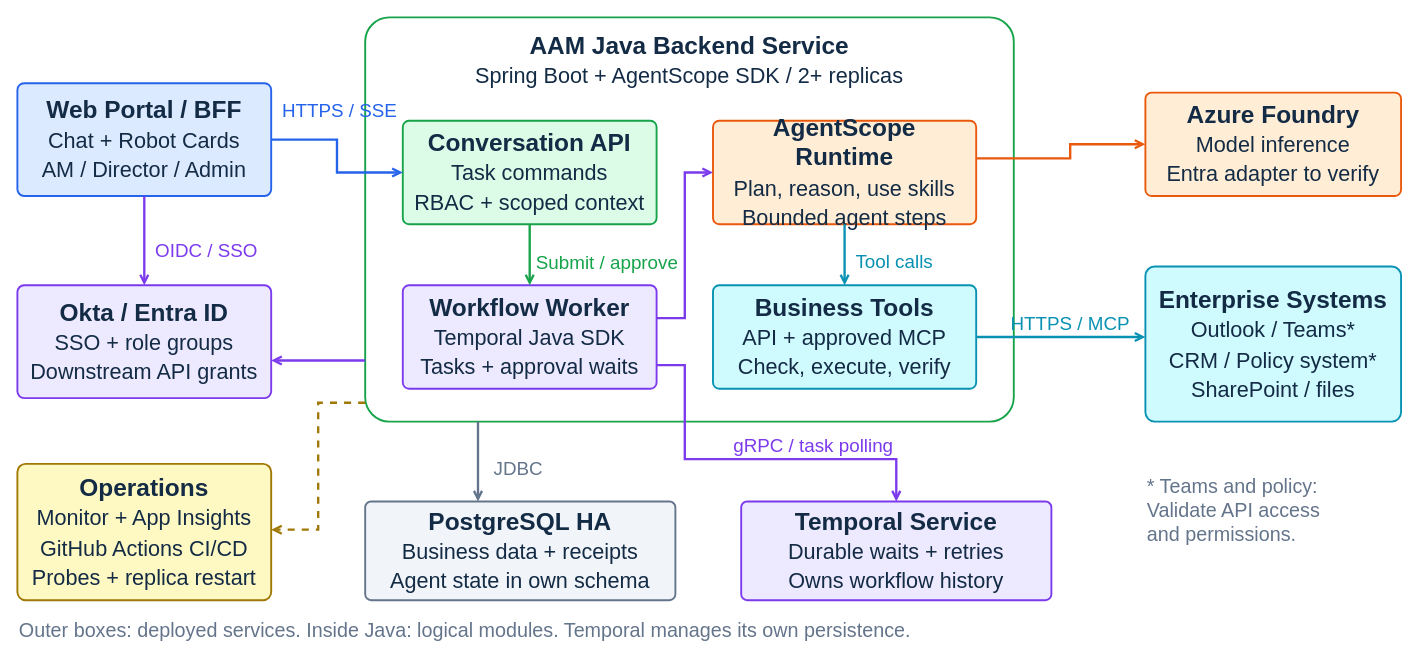
Above: docs/architecture/diagrams/aam-workbuddy-service-architecture.drawio in realAaronWu/aam (draw.io), before the change. Source tidied: cells renumbered, new cells numbered last; positions are measured from the earlier drawing's top-left corner, leaving out a move shared by most shapes. Both pictures are drawn from the tidied source at 94%, with x=0, y=0 at pixel (17, 17).
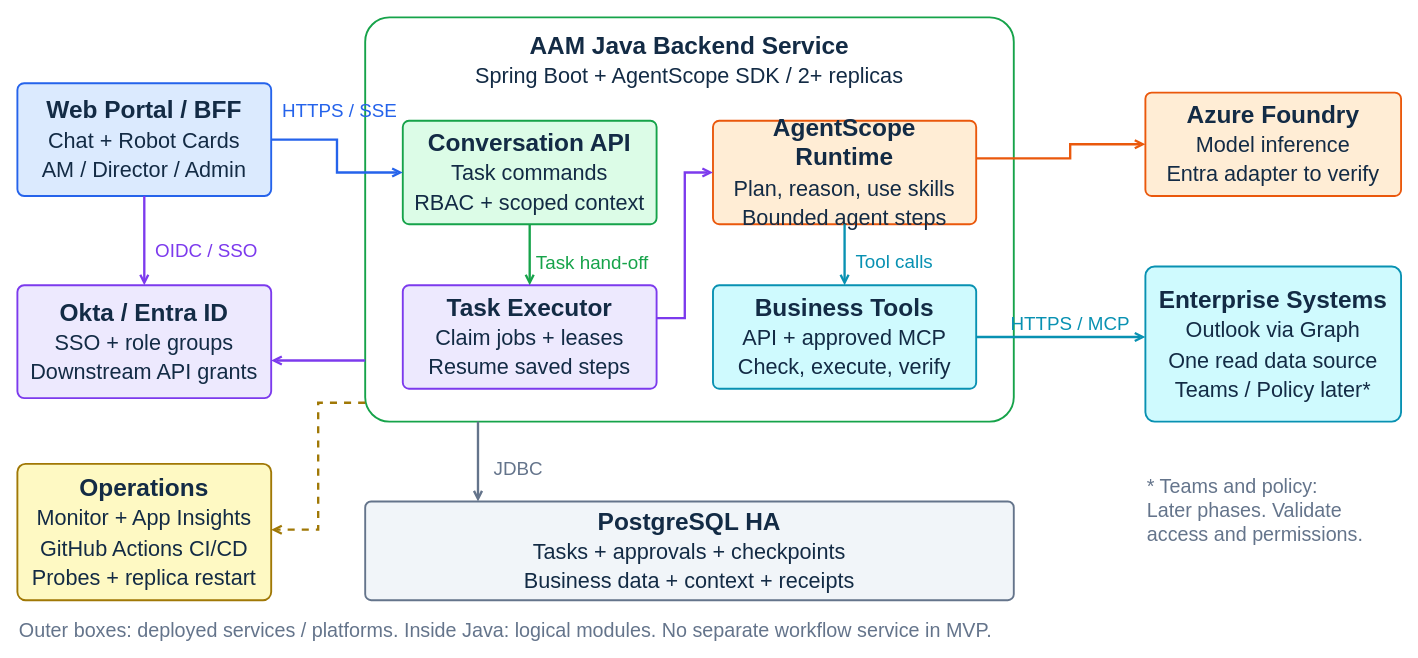
Above is the later version.

Commit message (it also covers changes not shown here):
docs: simplify Workbuddy MVP task execution without Temporal

Unchanged cells that the change refers to:
```xml
<mxCell id="2" value="&lt;b&gt;AAM Java Backend Service&lt;/b&gt;&lt;br&gt;&lt;span style=&quot;font-size:23px&quot;&gt;Spring Boot + AgentScope SDK / 2+ replicas&lt;/span&gt;" style="rounded=1;whiteSpace=wrap;html=1;arcSize=6;fillColor=#FFFFFF;strokeColor=#16A34A;strokeWidth=2;fontColor=#132B45;fontFamily=Arial;fontSize=26;align=center;verticalAlign=top;spacing=10;" parent="1" vertex="1">
  <mxGeometry x="370" width="690" height="430" as="geometry" />
</mxCell>
```

The edit, as a diff of the source:
```diff
@@
-    <mxCell id="6" value="&lt;b&gt;Workflow Worker&lt;/b&gt;&lt;br&gt;&lt;span style=&quot;font-size:23px&quot;&gt;Temporal Java SDK&lt;br&gt;Tasks + approval waits&lt;/span&gt;" style="rounded=1;whiteSpace=wrap;html=1;arcSize=6;fillColor=#EDE9FE;strokeColor=#7C3AED;strokeWidth=2;fontColor=#132B45;fontFamily=Arial;fontSize=26;align=center;verticalAlign=middle;spacing=10;" parent="1" vertex="1">
+    <mxCell id="6" value="&lt;b&gt;Task Executor&lt;/b&gt;&lt;br&gt;&lt;span style=&quot;font-size:23px&quot;&gt;Claim jobs + leases&lt;br&gt;Resume saved steps&lt;/span&gt;" style="rounded=1;whiteSpace=wrap;html=1;arcSize=6;fillColor=#EDE9FE;strokeColor=#7C3AED;strokeWidth=2;fontColor=#132B45;fontFamily=Arial;fontSize=26;align=center;verticalAlign=middle;spacing=10;" parent="1" vertex="1">
       <mxGeometry x="410" y="285" width="270" height="110" as="geometry" />
     </mxCell>
@@
-    <mxCell id="10" value="&lt;b&gt;Enterprise Systems&lt;/b&gt;&lt;br&gt;&lt;span style=&quot;font-size:23px&quot;&gt;Outlook / Teams*&lt;br&gt;CRM / Policy system*&lt;br&gt;SharePoint / files&lt;/span&gt;" style="rounded=1;whiteSpace=wrap;html=1;arcSize=6;fillColor=#CFFAFE;strokeColor=#0891B2;strokeWidth=2;fontColor=#132B45;fontFamily=Arial;fontSize=26;align=center;verticalAlign=middle;spacing=10;" parent="1" vertex="1">
+    <mxCell id="10" value="&lt;b&gt;Enterprise Systems&lt;/b&gt;&lt;br&gt;&lt;span style=&quot;font-size:23px&quot;&gt;Outlook via Graph&lt;br&gt;One read data source&lt;br&gt;Teams / Policy later*&lt;/span&gt;" style="rounded=1;whiteSpace=wrap;html=1;arcSize=6;fillColor=#CFFAFE;strokeColor=#0891B2;strokeWidth=2;fontColor=#132B45;fontFamily=Arial;fontSize=26;align=center;verticalAlign=middle;spacing=10;" parent="1" vertex="1">
       <mxGeometry x="1200" y="265" width="272" height="165" as="geometry" />
     </mxCell>
-    <mxCell id="11" value="&lt;b&gt;PostgreSQL HA&lt;/b&gt;&lt;br&gt;&lt;span style=&quot;font-size:23px&quot;&gt;Business data + receipts&lt;br&gt;Agent state in own schema&lt;/span&gt;" style="rounded=1;whiteSpace=wrap;html=1;arcSize=6;fillColor=#F1F5F9;strokeColor=#64748B;strokeWidth=2;fontColor=#132B45;fontFamily=Arial;fontSize=26;align=center;verticalAlign=middle;spacing=10;" parent="1" vertex="1">
-      <mxGeometry x="370" y="515" width="330" height="105" as="geometry" />
+    <mxCell id="11" value="&lt;b&gt;PostgreSQL HA&lt;/b&gt;&lt;br&gt;&lt;span style=&quot;font-size:23px&quot;&gt;Tasks + approvals + checkpoints&lt;br&gt;Business data + context + receipts&lt;/span&gt;" style="rounded=1;whiteSpace=wrap;html=1;arcSize=6;fillColor=#F1F5F9;strokeColor=#64748B;strokeWidth=2;fontColor=#132B45;fontFamily=Arial;fontSize=26;align=center;verticalAlign=middle;spacing=10;" parent="1" vertex="1">
+      <mxGeometry x="370" y="515" width="690" height="105" as="geometry" />
     </mxCell>
-    <mxCell id="12" value="&lt;b&gt;Temporal Service&lt;/b&gt;&lt;br&gt;&lt;span style=&quot;font-size:23px&quot;&gt;Durable waits + retries&lt;br&gt;Owns workflow history&lt;/span&gt;" style="rounded=1;whiteSpace=wrap;html=1;arcSize=6;fillColor=#EDE9FE;strokeColor=#7C3AED;strokeWidth=2;fontColor=#132B45;fontFamily=Arial;fontSize=26;align=center;verticalAlign=middle;spacing=10;" parent="1" vertex="1">
-      <mxGeometry x="770" y="515" width="330" height="105" as="geometry" />
-    </mxCell>
@@
-    <mxCell id="22" style="edgeStyle=orthogonalEdgeStyle;rounded=0;html=1;endArrow=open;endFill=0;startArrow=none;strokeColor=#64748B;strokeWidth=2.5;exitX=0.17391304347826086;exitY=1.0;exitDx=0;exitDy=0;entryX=0.36363636363636365;entryY=0.0;entryDx=0;entryDy=0;" parent="1" edge="1" source="2" target="11">
+    <mxCell id="22" style="edgeStyle=orthogonalEdgeStyle;rounded=0;html=1;endArrow=open;endFill=0;startArrow=none;strokeColor=#64748B;strokeWidth=2.5;exitX=0.17391304347826086;exitY=1.0;exitDx=0;exitDy=0;entryX=0.17391304347826086;entryY=0.0;entryDx=0;entryDy=0;" parent="1" edge="1" source="2" target="11">
       <mxGeometry relative="1" as="geometry" />
     </mxCell>
-    <mxCell id="23" style="edgeStyle=orthogonalEdgeStyle;rounded=0;html=1;endArrow=open;endFill=0;startArrow=none;strokeColor=#7C3AED;strokeWidth=2.5;exitX=1.0;exitY=0.7727272727272727;exitDx=0;exitDy=0;entryX=0.5;entryY=0.0;entryDx=0;entryDy=0;" parent="1" edge="1" source="6" target="12">
-      <mxGeometry relative="1" as="geometry">
-        <Array as="points">
-          <mxPoint x="710" y="370" />
-          <mxPoint x="710" y="470" />
-          <mxPoint x="935" y="470" />
-        </Array>
-      </mxGeometry>
-    </mxCell>
@@
-    <mxCell id="27" value="Submit / approve" style="text;html=0;whiteSpace=wrap;align=left;verticalAlign=top;fontFamily=Arial;fontSize=20;fontColor=#16A34A;fontStyle=0;strokeColor=none;fillColor=none;" parent="1" vertex="1">
+    <mxCell id="27" value="Task hand-off" style="text;html=0;whiteSpace=wrap;align=left;verticalAlign=top;fontFamily=Arial;fontSize=20;fontColor=#16A34A;fontStyle=0;strokeColor=none;fillColor=none;" parent="1" vertex="1">
       <mxGeometry x="550" y="242" width="175" height="28" as="geometry" />
     </mxCell>
@@
-    <mxCell id="30" value="gRPC / task polling" style="text;html=0;whiteSpace=wrap;align=left;verticalAlign=top;fontFamily=Arial;fontSize=20;fontColor=#7C3AED;fontStyle=0;strokeColor=none;fillColor=none;" parent="1" vertex="1">
-      <mxGeometry x="760" y="437" width="250" height="28" as="geometry" />
-    </mxCell>
@@
-    <mxCell id="32" value="* Teams and policy:&#10;Validate API access&#10;and permissions." style="text;html=0;whiteSpace=wrap;align=left;verticalAlign=top;fontFamily=Arial;fontSize=21;fontColor=#64748B;fontStyle=0;strokeColor=none;fillColor=none;" parent="1" vertex="1">
+    <mxCell id="32" value="* Teams and policy:&#10;Later phases. Validate&#10;access and permissions." style="text;html=0;whiteSpace=wrap;align=left;verticalAlign=top;fontFamily=Arial;fontSize=21;fontColor=#64748B;fontStyle=0;strokeColor=none;fillColor=none;" parent="1" vertex="1">
       <mxGeometry x="1200" y="480" width="272" height="110" as="geometry" />
     </mxCell>
-    <mxCell id="33" value="Outer boxes: deployed services. Inside Java: logical modules. Temporal manages its own persistence." style="text;html=0;whiteSpace=wrap;align=left;verticalAlign=top;fontFamily=Arial;fontSize=21;fontColor=#64748B;fontStyle=0;strokeColor=none;fillColor=none;" parent="1" vertex="1">
+    <mxCell id="33" value="Outer boxes: deployed services / platforms. Inside Java: logical modules. No separate workflow service in MVP." style="text;html=0;whiteSpace=wrap;align=left;verticalAlign=top;fontFamily=Arial;fontSize=21;fontColor=#64748B;fontStyle=0;strokeColor=none;fillColor=none;" parent="1" vertex="1">
       <mxGeometry y="633" width="1472" height="32" as="geometry" />
     </mxCell>
```
